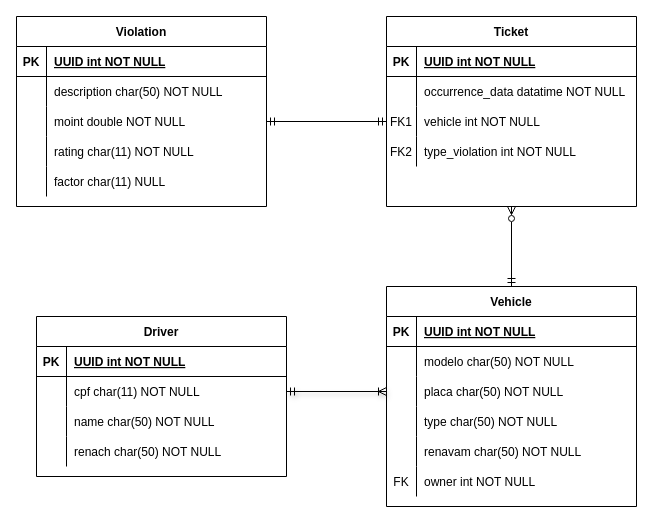
The draw.io diagram diagrama-de-classe.drawio in beatriz-paiva/regular-api, before the edit. Source tidied: cells renumbered, new cells numbered last; positions are measured from the earlier drawing's top-left corner, leaving out a move shared by most shapes. Both pictures are drawn from the tidied source at 100%, with x=0, y=0 at pixel (16, 16).
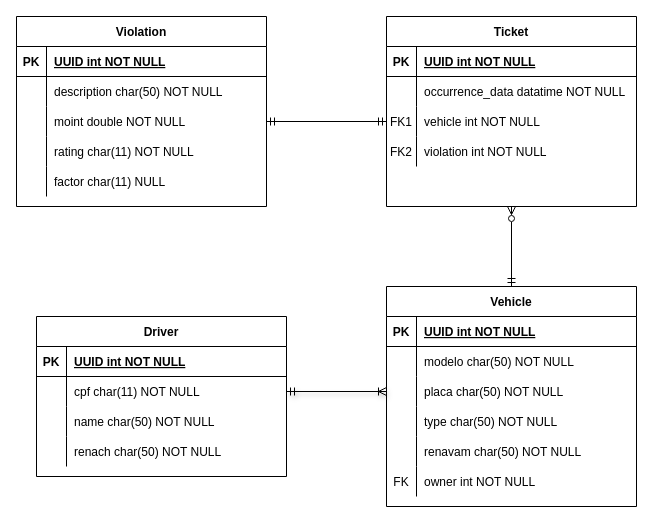
After the change.

Unchanged cells that the change refers to:
```xml
<mxCell id="32" style="shape=partialRectangle;fillColor=none;top=0;left=0;right=0;bottom=0;" parent="22" vertex="1">
  <mxGeometry y="120" width="250" height="30" as="geometry" />
</mxCell>
```

The edit, as a diff of the source:
```diff
@@
-    <mxCell id="34" value="type_violation int NOT NULL" style="shape=partialRectangle;overflow=hidden;fillColor=none;top=0;left=0;bottom=0;right=0;align=left;spacingLeft=6;" parent="32" vertex="1">
+    <mxCell id="34" value="violation int NOT NULL" style="shape=partialRectangle;overflow=hidden;fillColor=none;top=0;left=0;bottom=0;right=0;align=left;spacingLeft=6;" parent="32" vertex="1">
       <mxGeometry x="30" width="220" height="30" as="geometry" />
     </mxCell>
```
